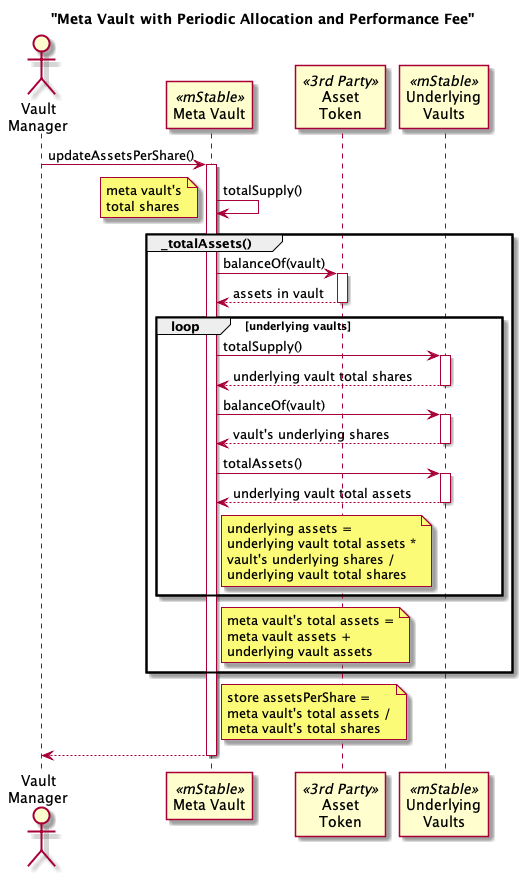
This is docs/metaVaultUpdateAssetsPerShare.png from mstable/metavaults, a PlantUML export, as it was before one commit. Its diagram source:
```plantuml
@startuml

title "Meta Vault with Periodic Allocation and Performance Fee"

actor "Vault\nManager" as vm
participant "Meta Vault" as mv <<mStable>>
participant "Asset\nToken" as asset <<3rd Party>>
participant "Underlying\nVaults" as uv <<mStable>>


vm -> mv : updateAssetsPerShare()
activate mv

mv -> mv : totalSupply()
note left : meta vault's\ntotal shares

group _totalAssets()

mv -> asset : balanceOf(vault)
activate asset
return assets in vault

loop underlying vaults
mv -> uv : totalSupply()
activate uv
return underlying vault total shares

mv -> uv : balanceOf(vault)
activate uv
return vault's underlying shares

mv -> uv : totalAssets()
activate uv
return underlying vault total assets

note right of mv : underlying assets =\nunderlying vault total assets *\nvault's underlying shares /\nunderlying vault total shares
end ' underlying vaults

note right of mv : meta vault's total assets =\nmeta vault assets +\nunderlying vault assets
end '  _totalAssets()

note right of mv : store assetsPerShare =\nmeta vault's total assets /\nmeta vault's total shares

return





































































































































































@enduml
```
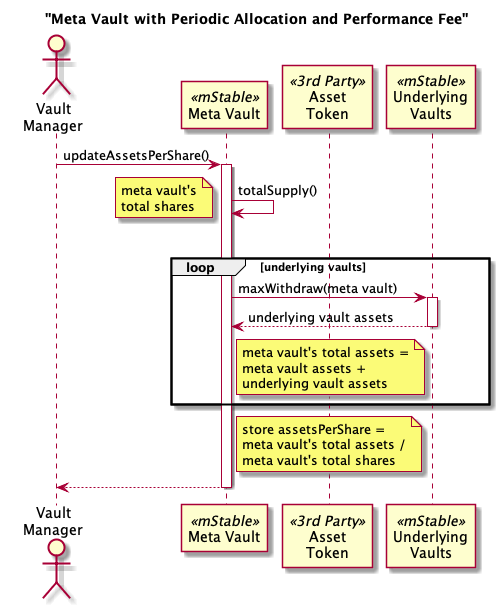
After the commit.

What changed in the source:
```diff
@@ -16,25 +16,10 @@
 
 group _totalAssets()
 
-mv -> asset : balanceOf(vault)
-activate asset
-return assets in vault
-
 loop underlying vaults
-mv -> uv : totalSupply()
+mv -> uv : maxWithdraw(meta vault)
 activate uv
-return underlying vault total shares
-
-mv -> uv : balanceOf(vault)
-activate uv
-return vault's underlying shares
-
-mv -> uv : totalAssets()
-activate uv
-return underlying vault total assets
-
-note right of mv : underlying assets =\nunderlying vault total assets *\nvault's underlying shares /\nunderlying vault total shares
-end ' underlying vaults
+return underlying vault assets
 
 note right of mv : meta vault's total assets =\nmeta vault assets +\nunderlying vault assets
 end '  _totalAssets()
@@ -204,7 +189,4 @@
 
 
 
-
-
-
 @enduml
```
